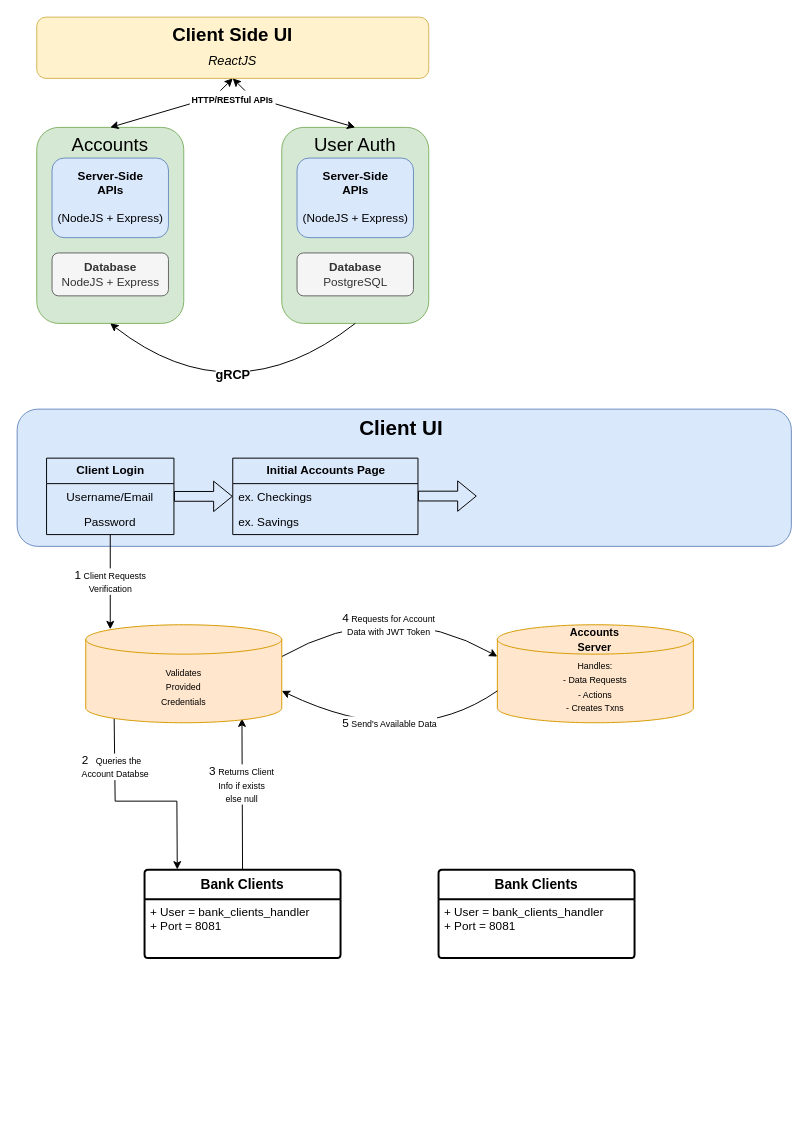
Before: BankingApp_Architecture.drawio in doo1y/banking-app, a draw.io diagram. Source tidied: cells renumbered, new cells numbered last; positions are measured from the earlier drawing's top-left corner, leaving out a move shared by most shapes. Both pictures are drawn from the tidied source at 98%, with x=0, y=0 at pixel (17, 17).
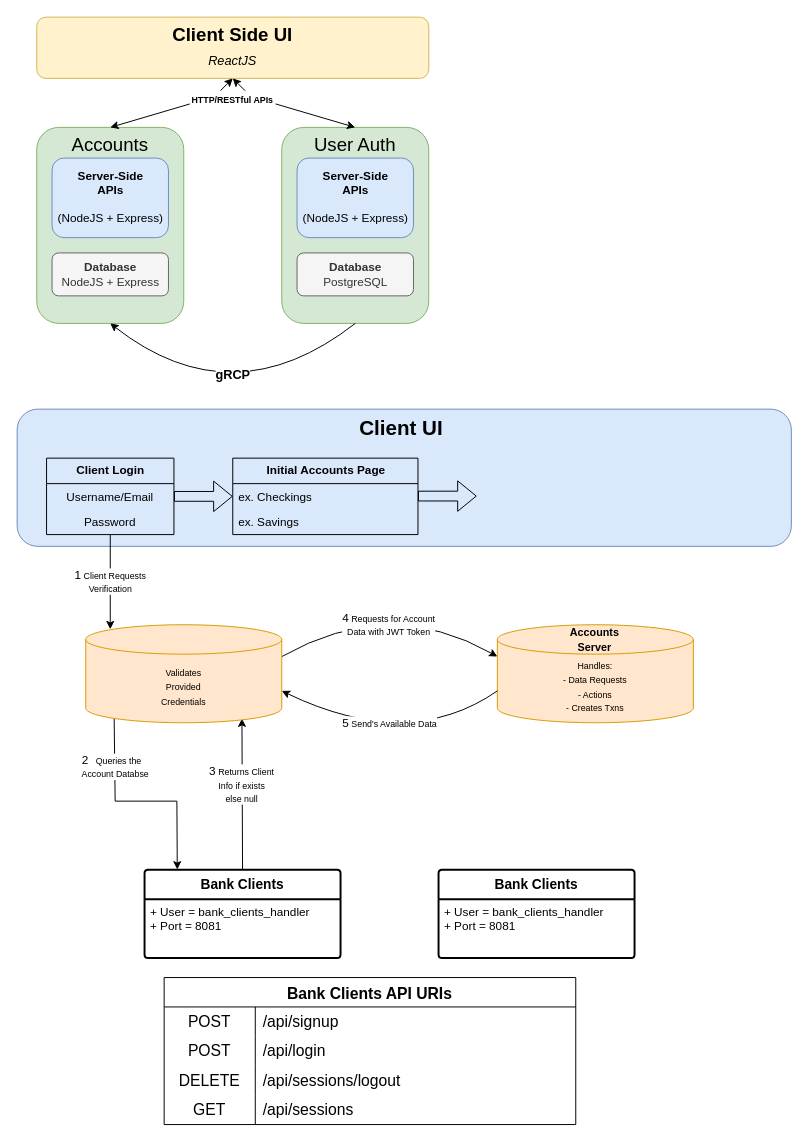
The same page after the edit.

The edit, as a diff of the source:
```diff
@@
+    <mxCell id="42" value="Bank Clients API URIs" style="shape=table;startSize=30;childLayout=tableLayout;rowLines=0;fontStyle=1;strokeColor=default;fontSize=16;" parent="1" vertex="1">
+      <mxGeometry x="150" y="980" width="420" height="150" as="geometry" />
+    </mxCell>
+    <mxCell id="43" style="shape=tableRow;horizontal=0;startSize=0;swimlaneHead=0;swimlaneBody=0;top=0;left=0;bottom=0;right=0;fillColor=none;strokeColor=inherit;fontSize=16;" parent="42" vertex="1">
+      <mxGeometry y="30" width="420" height="30" as="geometry" />
+    </mxCell>
+    <mxCell id="44" value="POST" style="shape=partialRectangle;html=1;whiteSpace=wrap;fillColor=none;top=0;left=0;bottom=0;right=0;overflow=hidden;strokeColor=inherit;fontSize=16;" parent="43" vertex="1">
+      <mxGeometry width="93" height="30" as="geometry" />
+    </mxCell>
+    <mxCell id="45" value="/api/signup" style="shape=partialRectangle;html=1;whiteSpace=wrap;fillColor=none;top=0;left=0;bottom=0;right=0;align=left;spacingLeft=6;overflow=hidden;strokeColor=inherit;fontSize=16;" parent="43" vertex="1">
+      <mxGeometry x="93" width="327" height="30" as="geometry" />
+    </mxCell>
+    <mxCell id="46" style="shape=tableRow;horizontal=0;startSize=0;swimlaneHead=0;swimlaneBody=0;top=0;left=0;bottom=0;right=0;fillColor=none;strokeColor=inherit;fontSize=16;" parent="42" vertex="1">
+      <mxGeometry y="60" width="420" height="30" as="geometry" />
+    </mxCell>
+    <mxCell id="47" value="POST" style="shape=partialRectangle;html=1;whiteSpace=wrap;fillColor=none;top=0;left=0;bottom=0;right=0;overflow=hidden;strokeColor=inherit;fontSize=16;" parent="46" vertex="1">
+      <mxGeometry width="93" height="30" as="geometry" />
+    </mxCell>
+    <mxCell id="48" value="/api/login" style="shape=partialRectangle;html=1;whiteSpace=wrap;fillColor=none;top=0;left=0;bottom=0;right=0;align=left;spacingLeft=6;overflow=hidden;strokeColor=inherit;fontSize=16;" parent="46" vertex="1">
+      <mxGeometry x="93" width="327" height="30" as="geometry" />
+    </mxCell>
+    <mxCell id="49" style="shape=tableRow;horizontal=0;startSize=0;swimlaneHead=0;swimlaneBody=0;top=0;left=0;bottom=0;right=0;fillColor=none;strokeColor=inherit;fontSize=16;" parent="42" vertex="1">
+      <mxGeometry y="90" width="420" height="30" as="geometry" />
+    </mxCell>
+    <mxCell id="50" value="DELETE" style="shape=partialRectangle;html=1;whiteSpace=wrap;fillColor=none;top=0;left=0;bottom=0;right=0;overflow=hidden;strokeColor=inherit;fontSize=16;" parent="49" vertex="1">
+      <mxGeometry width="93" height="30" as="geometry" />
+    </mxCell>
+    <mxCell id="51" value="/api/sessions/logout" style="shape=partialRectangle;html=1;whiteSpace=wrap;fillColor=none;top=0;left=0;bottom=0;right=0;align=left;spacingLeft=6;overflow=hidden;strokeColor=inherit;fontSize=16;" parent="49" vertex="1">
+      <mxGeometry x="93" width="327" height="30" as="geometry" />
+    </mxCell>
+    <mxCell id="52" style="shape=tableRow;horizontal=0;startSize=0;swimlaneHead=0;swimlaneBody=0;top=0;left=0;bottom=0;right=0;fillColor=none;strokeColor=inherit;fontSize=16;" parent="42" vertex="1">
+      <mxGeometry y="120" width="420" height="30" as="geometry" />
+    </mxCell>
+    <mxCell id="53" value="GET" style="shape=partialRectangle;html=1;whiteSpace=wrap;fillColor=none;top=0;left=0;bottom=0;right=0;overflow=hidden;strokeColor=inherit;fontSize=16;" parent="52" vertex="1">
+      <mxGeometry width="93" height="30" as="geometry" />
+    </mxCell>
+    <mxCell id="54" value="/api/sessions" style="shape=partialRectangle;html=1;whiteSpace=wrap;fillColor=none;top=0;left=0;bottom=0;right=0;align=left;spacingLeft=6;overflow=hidden;strokeColor=inherit;fontSize=16;" parent="52" vertex="1">
+      <mxGeometry x="93" width="327" height="30" as="geometry" />
+    </mxCell>
+    <mxCell id="55" style="shape=tableRow;horizontal=0;startSize=0;swimlaneHead=0;swimlaneBody=0;top=0;left=0;bottom=0;right=0;fillColor=none;strokeColor=inherit;fontSize=16;" parent="1" vertex="1">
+      <mxGeometry x="184" y="1080" width="420" height="30" as="geometry" />
+    </mxCell>
```
